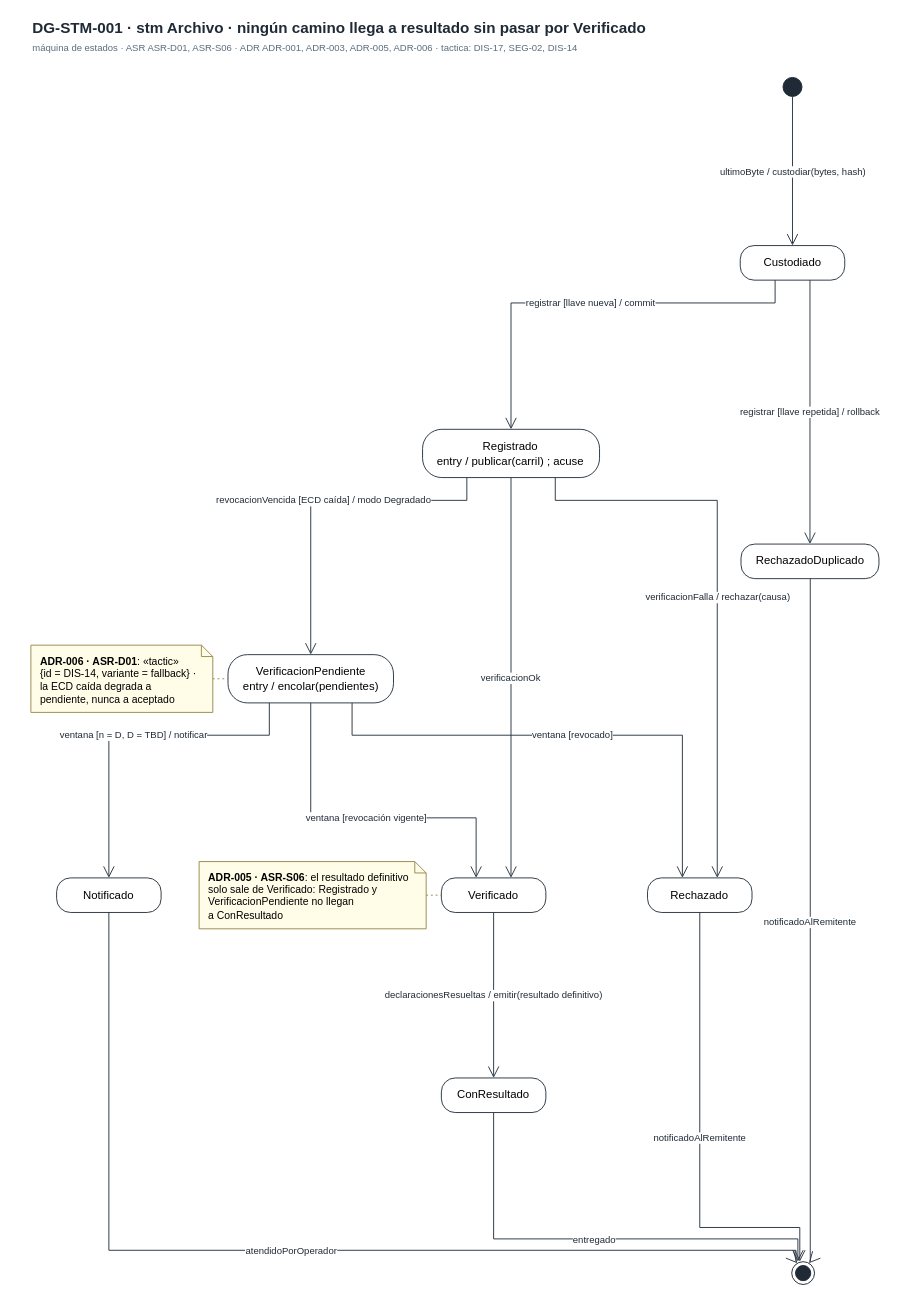
Before: page "DG-STM-001 · Ciclo de vida del archivo" (2 of 4) of docs/modelos/drawio/vista-informacion.drawio in MATI-MBIT/arqsoft-reto-4, a draw.io diagram. Source tidied: cells renumbered, new cells numbered last; positions are measured from the earlier drawing's top-left corner, leaving out a move shared by most shapes. Both pictures are drawn from the tidied source at 95%, with x=0, y=0 at pixel (30, 16).
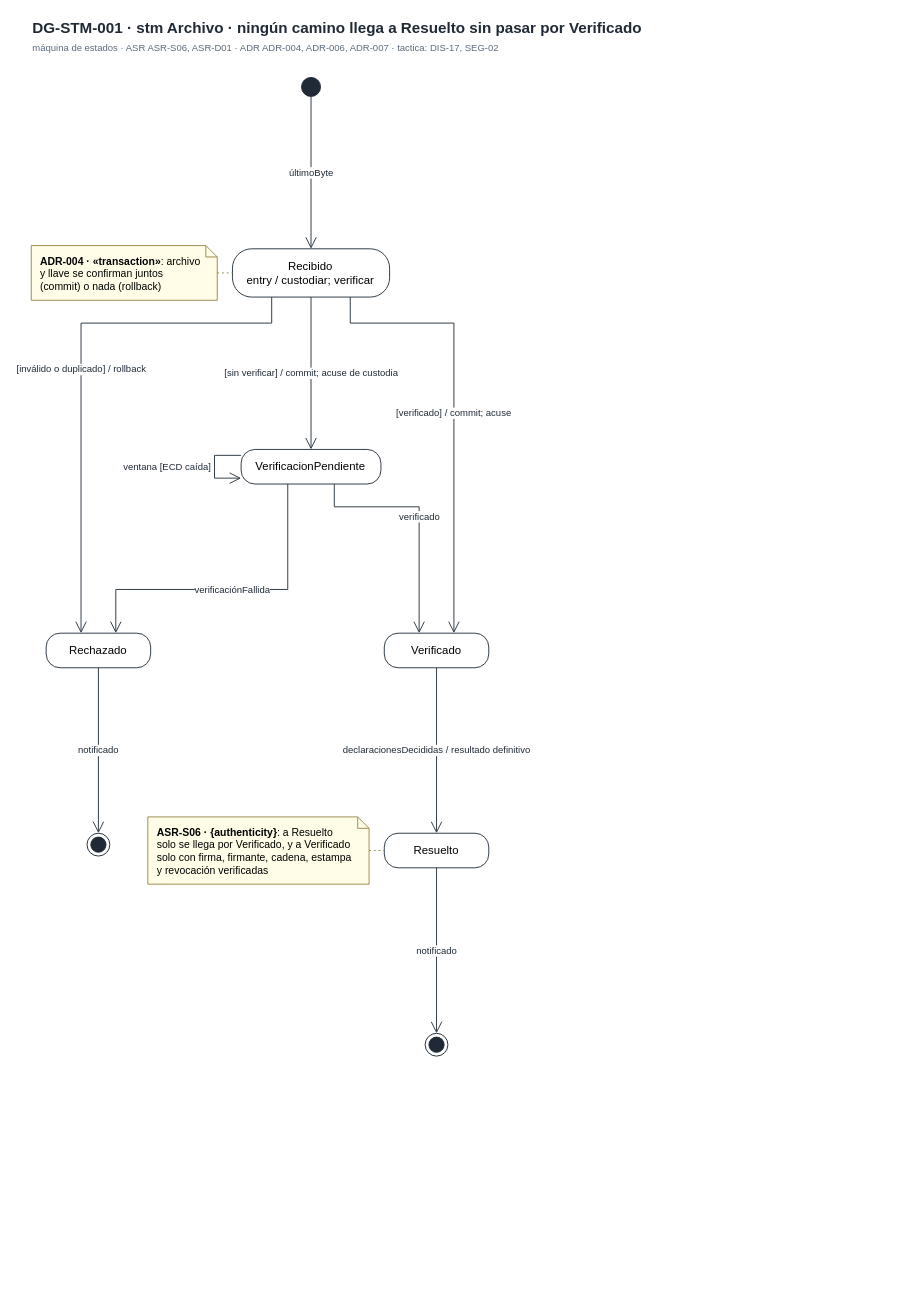
The same diagram, later.

What changed in the source:
```diff
@@
-    <mxCell id="2" value="&lt;b&gt;DG-STM-001&lt;/b&gt; · stm Archivo · ningún camino llega a resultado sin pasar por Verificado" style="text;html=1;align=left;verticalAlign=middle;fontSize=16;fontStyle=1;fontColor=#1F2A36;" parent="1" vertex="1">
-      <mxGeometry width="892.7" height="24" as="geometry" />
+    <mxCell id="2" value="&lt;b&gt;DG-STM-001&lt;/b&gt; · stm Archivo · ningún camino llega a Resuelto sin pasar por Verificado" style="text;html=1;align=left;verticalAlign=middle;fontSize=16;fontStyle=1;fontColor=#1F2A36;" parent="1" vertex="1">
+      <mxGeometry width="675.7" height="24" as="geometry" />
     </mxCell>
-    <mxCell id="3" value="máquina de estados · ASR ASR-D01, ASR-S06 · ADR ADR-001, ADR-003, ADR-005, ADR-006 · tactica: DIS-17, SEG-02, DIS-14" style="text;html=1;align=left;verticalAlign=middle;fontSize=10;fontColor=#5A6B7D;" parent="1" vertex="1">
-      <mxGeometry y="26" width="892.7" height="14" as="geometry" />
+    <mxCell id="3" value="máquina de estados · ASR ASR-S06, ASR-D01 · ADR ADR-004, ADR-006, ADR-007 · tactica: DIS-17, SEG-02" style="text;html=1;align=left;verticalAlign=middle;fontSize=10;fontColor=#5A6B7D;" parent="1" vertex="1">
+      <mxGeometry y="26" width="675.7" height="14" as="geometry" />
     </mxCell>
-    <mxCell id="4" style="ellipse;html=1;fillColor=#1F2A36;strokeColor=#1F2A36;fila=C9;" parent="1" vertex="1">
-      <mxGeometry x="791.7" y="64" width="20" height="20" as="geometry" />
-    </mxCell>
-    <mxCell id="5" value="Custodiado" style="rounded=1;arcSize=40;whiteSpace=wrap;html=1;fontSize=12;fillColor=#FFFFFF;strokeColor=#2B3642;fila=C4;" parent="1" vertex="1">
-      <mxGeometry x="746.7" y="241" width="110" height="36.4" as="geometry" />
-    </mxCell>
-    <mxCell id="6" value="Registrado&lt;br&gt;entry / publicar(carril) ; acuse" style="rounded=1;arcSize=40;whiteSpace=wrap;html=1;fontSize=12;fillColor=#FFFFFF;strokeColor=#2B3642;fila=C4;" parent="1" vertex="1">
-      <mxGeometry x="412.3" y="434.4" width="186.3" height="50.8" as="geometry" />
-    </mxCell>
+    <mxCell id="32" style="ellipse;html=1;fillColor=#1F2A36;strokeColor=#1F2A36;fila=C9;" parent="1" vertex="1">
+      <mxGeometry x="284.9" y="64" width="20" height="20" as="geometry" />
+    </mxCell>
+    <mxCell id="33" value="Recibido&lt;br&gt;entry / custodiar; verificar" style="rounded=1;arcSize=40;whiteSpace=wrap;html=1;fontSize=12;fillColor=#FFFFFF;strokeColor=#2B3642;fila=C4;" parent="1" vertex="1">
+      <mxGeometry x="212.2" y="244.4" width="165.4" height="50.8" as="geometry" />
+    </mxCell>
+    <mxCell id="34" value="VerificacionPendiente" style="rounded=1;arcSize=40;whiteSpace=wrap;html=1;fontSize=12;fillColor=#FFFFFF;strokeColor=#2B3642;fila=C4;" parent="1" vertex="1">
+      <mxGeometry x="221.3" y="455.6" width="147.2" height="36.4" as="geometry" />
+    </mxCell>
     <mxCell id="7" value="Verificado" style="rounded=1;arcSize=40;whiteSpace=wrap;html=1;fontSize=12;fillColor=#FFFFFF;strokeColor=#2B3642;fila=C4;" parent="1" vertex="1">
-      <mxGeometry x="432.1" y="906.6" width="110" height="36.4" as="geometry" />
+      <mxGeometry x="372" y="649" width="110" height="36.4" as="geometry" />
     </mxCell>
-    <mxCell id="8" value="VerificacionPendiente&lt;br&gt;entry / encolar(pendientes)" style="rounded=1;arcSize=40;whiteSpace=wrap;html=1;fontSize=12;fillColor=#FFFFFF;strokeColor=#2B3642;fila=C4;" parent="1" vertex="1">
-      <mxGeometry x="207.5" y="671.6" width="174.2" height="50.8" as="geometry" />
-    </mxCell>
-    <mxCell id="9" value="ConResultado" style="rounded=1;arcSize=40;whiteSpace=wrap;html=1;fontSize=12;fillColor=#FFFFFF;strokeColor=#2B3642;fila=C4;" parent="1" vertex="1">
-      <mxGeometry x="432.1" y="1117.2" width="110" height="36.4" as="geometry" />
-    </mxCell>
+    <mxCell id="35" value="Resuelto" style="rounded=1;arcSize=40;whiteSpace=wrap;html=1;fontSize=12;fillColor=#FFFFFF;strokeColor=#2B3642;fila=C4;" parent="1" vertex="1">
+      <mxGeometry x="372" y="859.6" width="110" height="36.4" as="geometry" />
+    </mxCell>
     <mxCell id="10" value="Rechazado" style="rounded=1;arcSize=40;whiteSpace=wrap;html=1;fontSize=12;fillColor=#FFFFFF;strokeColor=#2B3642;fila=C4;" parent="1" vertex="1">
-      <mxGeometry x="649.1" y="906.6" width="110" height="36.4" as="geometry" />
+      <mxGeometry x="16.1" y="649" width="110" height="36.4" as="geometry" />
     </mxCell>
-    <mxCell id="11" value="RechazadoDuplicado" style="rounded=1;arcSize=40;whiteSpace=wrap;html=1;fontSize=12;fillColor=#FFFFFF;strokeColor=#2B3642;fila=C4;" parent="1" vertex="1">
-      <mxGeometry x="747.5" y="555.2" width="145.2" height="36.4" as="geometry" />
-    </mxCell>
-    <mxCell id="12" value="Notificado" style="rounded=1;arcSize=40;whiteSpace=wrap;html=1;fontSize=12;fillColor=#FFFFFF;strokeColor=#2B3642;fila=C4;" parent="1" vertex="1">
-      <mxGeometry x="27.1" y="906.6" width="110" height="36.4" as="geometry" />
-    </mxCell>
     <mxCell id="13" style="ellipse;html=1;shape=endState;fillColor=#1F2A36;strokeColor=#1F2A36;fila=C9;" parent="1" vertex="1">
-      <mxGeometry x="800.9" y="1310.6" width="24" height="24" as="geometry" />
+      <mxGeometry x="415" y="1070.2" width="24" height="24" as="geometry" />
     </mxCell>
-    <mxCell id="14" value="&lt;b&gt;ADR-005 · ASR-S06&lt;/b&gt;: el resultado definitivo&lt;br&gt;solo sale de Verificado: Registrado y&lt;br&gt;VerificacionPendiente no llegan&lt;br&gt;a ConResultado" style="shape=note;html=1;size=12;fontSize=11;align=left;verticalAlign=top;spacingLeft=8;spacingRight=14;spacingTop=4;fillColor=#FFFDE7;strokeColor=#9A8B4F;fila=C11;" parent="1" vertex="1">
-      <mxGeometry x="177.1" y="889.4" width="239" height="70.8" as="geometry" />
-    </mxCell>
-    <mxCell id="15" value="&lt;b&gt;ADR-006 · ASR-D01&lt;/b&gt;: «tactic»&lt;br&gt;{id = DIS-14, variante = fallback} ·&lt;br&gt;la ECD caída degrada a&lt;br&gt;pendiente, nunca a aceptado" style="shape=note;html=1;size=12;fontSize=11;align=left;verticalAlign=top;spacingLeft=8;spacingRight=14;spacingTop=4;fillColor=#FFFDE7;strokeColor=#9A8B4F;fila=C11;" parent="1" vertex="1">
-      <mxGeometry y="661.6" width="191.5" height="70.8" as="geometry" />
-    </mxCell>
+    <mxCell id="36" style="ellipse;html=1;shape=endState;fillColor=#1F2A36;strokeColor=#1F2A36;fila=C9;" parent="1" vertex="1">
+      <mxGeometry x="59.1" y="859.6" width="24" height="24" as="geometry" />
+    </mxCell>
+    <mxCell id="37" value="&lt;b&gt;ADR-004 · «transaction»&lt;/b&gt;: archivo&lt;br&gt;y llave se confirman juntos&lt;br&gt;(commit) o nada (rollback)" style="shape=note;html=1;size=12;fontSize=11;align=left;verticalAlign=top;spacingLeft=8;spacingRight=14;spacingTop=4;fillColor=#FFFDE7;strokeColor=#9A8B4F;fila=C11;" parent="1" vertex="1">
+      <mxGeometry x="0.4" y="241" width="195.8" height="57.6" as="geometry" />
+    </mxCell>
+    <mxCell id="38" value="&lt;b&gt;ASR-S06 · {authenticity}&lt;/b&gt;: a Resuelto&lt;br&gt;solo se llega por Verificado, y a Verificado&lt;br&gt;solo con firma, firmante, cadena, estampa&lt;br&gt;y revocación verificadas" style="shape=note;html=1;size=12;fontSize=11;align=left;verticalAlign=top;spacingLeft=8;spacingRight=14;spacingTop=4;fillColor=#FFFDE7;strokeColor=#9A8B4F;fila=C11;" parent="1" vertex="1">
+      <mxGeometry x="123.1" y="842.4" width="232.9" height="70.8" as="geometry" />
+    </mxCell>
-    <mxCell id="16" value="ultimoByte / custodiar(bytes, hash)" style="endArrow=open;endSize=10;html=1;rounded=0;fontSize=10;labelBackgroundColor=#FFFFFF;strokeColor=#2B3642;fontColor=#1F2A36;" parent="1" edge="1" source="4" target="5">
+    <mxCell id="16" value="últimoByte" style="endArrow=open;endSize=10;html=1;rounded=0;fontSize=10;labelBackgroundColor=#FFFFFF;strokeColor=#2B3642;fontColor=#1F2A36;" parent="1" edge="1" source="32" target="33">
       <mxGeometry relative="1" as="geometry">
         <Array as="points">
-          <mxPoint x="801.7" y="84" />
-          <mxPoint x="801.7" y="241" />
+          <mxPoint x="294.9" y="84" />
+          <mxPoint x="294.9" y="244.4" />
         </Array>
       </mxGeometry>
     </mxCell>
-    <mxCell id="17" value="registrar [llave nueva] / commit" style="endArrow=open;endSize=10;html=1;rounded=0;fontSize=10;labelBackgroundColor=#FFFFFF;strokeColor=#2B3642;fontColor=#1F2A36;" parent="1" edge="1" source="5" target="6">
+    <mxCell id="17" value="[inválido o duplicado] / rollback" style="endArrow=open;endSize=10;html=1;rounded=0;fontSize=10;labelBackgroundColor=#FFFFFF;strokeColor=#2B3642;fontColor=#1F2A36;" parent="1" edge="1" source="33" target="10">
       <mxGeometry relative="1" as="geometry">
         <Array as="points">
-          <mxPoint x="783.4" y="277.4" />
-          <mxPoint x="783.4" y="301.4" />
-          <mxPoint x="505.4" y="301.4" />
-          <mxPoint x="505.4" y="434.4" />
+          <mxPoint x="253.5" y="295.2" />
+          <mxPoint x="253.5" y="322.6" />
+          <mxPoint x="52.8" y="322.6" />
+          <mxPoint x="52.8" y="649" />
         </Array>
       </mxGeometry>
     </mxCell>
-    <mxCell id="18" value="registrar [llave repetida] / rollback" style="endArrow=open;endSize=10;html=1;rounded=0;fontSize=10;labelBackgroundColor=#FFFFFF;strokeColor=#2B3642;fontColor=#1F2A36;" parent="1" edge="1" source="5" target="11">
+    <mxCell id="18" value="[verificado] / commit; acuse" style="endArrow=open;endSize=10;html=1;rounded=0;fontSize=10;labelBackgroundColor=#FFFFFF;strokeColor=#2B3642;fontColor=#1F2A36;" parent="1" edge="1" source="33" target="7">
       <mxGeometry relative="1" as="geometry">
         <Array as="points">
-          <mxPoint x="820.1" y="277.4" />
-          <mxPoint x="820.1" y="555.2" />
+          <mxPoint x="336.2" y="295.2" />
+          <mxPoint x="336.2" y="322.6" />
+          <mxPoint x="445.3" y="322.6" />
+          <mxPoint x="445.3" y="649" />
         </Array>
       </mxGeometry>
     </mxCell>
-    <mxCell id="19" value="verificacionOk" style="endArrow=open;endSize=10;html=1;rounded=0;fontSize=10;labelBackgroundColor=#FFFFFF;strokeColor=#2B3642;fontColor=#1F2A36;" parent="1" edge="1" source="6" target="7">
+    <mxCell id="19" value="[sin verificar] / commit; acuse de custodia" style="endArrow=open;endSize=10;html=1;rounded=0;fontSize=10;labelBackgroundColor=#FFFFFF;strokeColor=#2B3642;fontColor=#1F2A36;" parent="1" edge="1" source="33" target="34">
       <mxGeometry relative="1" as="geometry">
         <Array as="points">
-          <mxPoint x="505.4" y="485.2" />
-          <mxPoint x="505.4" y="906.6" />
+          <mxPoint x="294.9" y="295.2" />
+          <mxPoint x="294.9" y="455.6" />
         </Array>
       </mxGeometry>
     </mxCell>
-    <mxCell id="20" value="verificacionFalla / rechazar(causa)" style="endArrow=open;endSize=10;html=1;rounded=0;fontSize=10;labelBackgroundColor=#FFFFFF;strokeColor=#2B3642;fontColor=#1F2A36;" parent="1" edge="1" source="6" target="10">
+    <mxCell id="20" value="verificado" style="endArrow=open;endSize=10;html=1;rounded=0;fontSize=10;labelBackgroundColor=#FFFFFF;strokeColor=#2B3642;fontColor=#1F2A36;" parent="1" edge="1" source="34" target="7">
       <mxGeometry relative="1" as="geometry">
         <Array as="points">
-          <mxPoint x="552" y="485.2" />
-          <mxPoint x="552" y="509.2" />
-          <mxPoint x="722.5" y="509.2" />
-          <mxPoint x="722.5" y="906.6" />
+          <mxPoint x="319.4" y="492" />
+          <mxPoint x="319.4" y="516" />
+          <mxPoint x="408.7" y="516" />
+          <mxPoint x="408.7" y="649" />
         </Array>
       </mxGeometry>
     </mxCell>
-    <mxCell id="21" value="revocacionVencida [ECD caída] / modo Degradado" style="endArrow=open;endSize=10;html=1;rounded=0;fontSize=10;labelBackgroundColor=#FFFFFF;strokeColor=#2B3642;fontColor=#1F2A36;" parent="1" edge="1" source="6" target="8">
+    <mxCell id="21" value="verificaciónFallida" style="endArrow=open;endSize=10;html=1;rounded=0;fontSize=10;labelBackgroundColor=#FFFFFF;strokeColor=#2B3642;fontColor=#1F2A36;" parent="1" edge="1" source="34" target="10">
       <mxGeometry relative="1" as="geometry">
         <Array as="points">
-          <mxPoint x="458.9" y="485.2" />
-          <mxPoint x="458.9" y="509.2" />
-          <mxPoint x="294.6" y="509.2" />
-          <mxPoint x="294.6" y="671.6" />
+          <mxPoint x="270.4" y="492" />
+          <mxPoint x="270.4" y="603" />
+          <mxPoint x="89.4" y="603" />
+          <mxPoint x="89.4" y="649" />
         </Array>
       </mxGeometry>
     </mxCell>
-    <mxCell id="22" value="ventana [revocación vigente]" style="endArrow=open;endSize=10;html=1;rounded=0;fontSize=10;labelBackgroundColor=#FFFFFF;strokeColor=#2B3642;fontColor=#1F2A36;" parent="1" edge="1" source="8" target="7">
+    <mxCell id="22" value="ventana [ECD caída]" style="endArrow=open;endSize=10;html=1;rounded=0;fontSize=10;labelBackgroundColor=#FFFFFF;strokeColor=#2B3642;fontColor=#1F2A36;align=right;" parent="1" edge="1" source="34" target="34">
       <mxGeometry relative="1" as="geometry">
         <Array as="points">
-          <mxPoint x="294.6" y="722.4" />
-          <mxPoint x="294.6" y="843.4" />
-          <mxPoint x="468.7" y="843.4" />
-          <mxPoint x="468.7" y="906.6" />
+          <mxPoint x="221.3" y="461.8" />
+          <mxPoint x="193.3" y="461.8" />
+          <mxPoint x="193.3" y="485.8" />
+          <mxPoint x="221.3" y="485.8" />
         </Array>
+        <mxPoint x="-2" as="offset" />
       </mxGeometry>
     </mxCell>
-    <mxCell id="23" value="ventana [revocado]" style="endArrow=open;endSize=10;html=1;rounded=0;fontSize=10;labelBackgroundColor=#FFFFFF;strokeColor=#2B3642;fontColor=#1F2A36;" parent="1" edge="1" source="8" target="10">
+    <mxCell id="23" value="declaracionesDecididas / resultado definitivo" style="endArrow=open;endSize=10;html=1;rounded=0;fontSize=10;labelBackgroundColor=#FFFFFF;strokeColor=#2B3642;fontColor=#1F2A36;" parent="1" edge="1" source="7" target="35">
       <mxGeometry relative="1" as="geometry">
         <Array as="points">
-          <mxPoint x="338.1" y="722.4" />
-          <mxPoint x="338.1" y="756.4" />
-          <mxPoint x="685.8" y="756.4" />
-          <mxPoint x="685.8" y="906.6" />
+          <mxPoint x="427" y="685.4" />
+          <mxPoint x="427" y="859.6" />
         </Array>
       </mxGeometry>
     </mxCell>
-    <mxCell id="24" value="ventana [n = D, D = TBD] / notificar" style="endArrow=open;endSize=10;html=1;rounded=0;fontSize=10;labelBackgroundColor=#FFFFFF;strokeColor=#2B3642;fontColor=#1F2A36;" parent="1" edge="1" source="8" target="12">
+    <mxCell id="24" value="notificado" style="endArrow=open;endSize=10;html=1;rounded=0;fontSize=10;labelBackgroundColor=#FFFFFF;strokeColor=#2B3642;fontColor=#1F2A36;" parent="1" edge="1" source="35" target="13">
       <mxGeometry relative="1" as="geometry">
         <Array as="points">
-          <mxPoint x="251" y="722.4" />
-          <mxPoint x="251" y="756.4" />
-          <mxPoint x="82.1" y="756.4" />
-          <mxPoint x="82.1" y="906.6" />
+          <mxPoint x="427" y="896" />
+          <mxPoint x="427" y="1070.2" />
         </Array>
       </mxGeometry>
     </mxCell>
-    <mxCell id="25" value="declaracionesResueltas / emitir(resultado definitivo)" style="endArrow=open;endSize=10;html=1;rounded=0;fontSize=10;labelBackgroundColor=#FFFFFF;strokeColor=#2B3642;fontColor=#1F2A36;" parent="1" edge="1" source="7" target="9">
+    <mxCell id="25" value="notificado" style="endArrow=open;endSize=10;html=1;rounded=0;fontSize=10;labelBackgroundColor=#FFFFFF;strokeColor=#2B3642;fontColor=#1F2A36;" parent="1" edge="1" source="10" target="36">
       <mxGeometry relative="1" as="geometry">
         <Array as="points">
-          <mxPoint x="487.1" y="943" />
-          <mxPoint x="487.1" y="1117.2" />
+          <mxPoint x="71.1" y="685.4" />
+          <mxPoint x="71.1" y="859.6" />
         </Array>
       </mxGeometry>
     </mxCell>
-    <mxCell id="26" value="entregado" style="endArrow=open;endSize=10;html=1;rounded=0;fontSize=10;labelBackgroundColor=#FFFFFF;strokeColor=#2B3642;fontColor=#1F2A36;" parent="1" edge="1" source="9" target="13">
-      <mxGeometry relative="1" as="geometry">
-        <Array as="points">
-          <mxPoint x="487.1" y="1153.6" />
-          <mxPoint x="487.1" y="1286.6" />
-          <mxPoint x="807.4" y="1286.6" />
-          <mxPoint x="807.4" y="1310.6" />
-        </Array>
-      </mxGeometry>
-    </mxCell>
-    <mxCell id="27" value="notificadoAlRemitente" style="endArrow=open;endSize=10;html=1;rounded=0;fontSize=10;labelBackgroundColor=#FFFFFF;strokeColor=#2B3642;fontColor=#1F2A36;" parent="1" edge="1" source="10" target="13">
-      <mxGeometry relative="1" as="geometry">
-        <Array as="points">
-          <mxPoint x="704.1" y="943" />
-          <mxPoint x="704.1" y="1274.6" />
-          <mxPoint x="809.4" y="1274.6" />
-          <mxPoint x="809.4" y="1310.6" />
-        </Array>
-      </mxGeometry>
-    </mxCell>
-    <mxCell id="28" value="notificadoAlRemitente" style="endArrow=open;endSize=10;html=1;rounded=0;fontSize=10;labelBackgroundColor=#FFFFFF;strokeColor=#2B3642;fontColor=#1F2A36;" parent="1" edge="1" source="11" target="13">
-      <mxGeometry relative="1" as="geometry">
-        <Array as="points">
-          <mxPoint x="820.4" y="591.6" />
-          <mxPoint x="820.4" y="1310.6" />
-        </Array>
-      </mxGeometry>
-    </mxCell>
-    <mxCell id="29" value="atendidoPorOperador" style="endArrow=open;endSize=10;html=1;rounded=0;fontSize=10;labelBackgroundColor=#FFFFFF;strokeColor=#2B3642;fontColor=#1F2A36;" parent="1" edge="1" source="12" target="13">
-      <mxGeometry relative="1" as="geometry">
-        <Array as="points">
-          <mxPoint x="82.1" y="943" />
-          <mxPoint x="82.1" y="1298.6" />
-          <mxPoint x="805.4" y="1298.6" />
-          <mxPoint x="805.4" y="1310.6" />
-        </Array>
-      </mxGeometry>
-    </mxCell>
-    <mxCell id="30" style="endArrow=none;dashed=1;html=1;strokeColor=#9A8B4F;dashPattern=2 3;" parent="1" edge="1" source="14" target="7">
-      <mxGeometry relative="1" as="geometry">
-        <Array as="points">
-          <mxPoint x="416.1" y="924.8" />
-          <mxPoint x="432.1" y="924.8" />
-        </Array>
-      </mxGeometry>
-    </mxCell>
-    <mxCell id="31" style="endArrow=none;dashed=1;html=1;strokeColor=#9A8B4F;dashPattern=2 3;" parent="1" edge="1" source="15" target="8">
-      <mxGeometry relative="1" as="geometry">
-        <Array as="points">
-          <mxPoint x="191.5" y="697" />
-          <mxPoint x="207.5" y="697" />
-        </Array>
-      </mxGeometry>
-    </mxCell>
+    <mxCell id="39" style="endArrow=none;dashed=1;html=1;strokeColor=#9A8B4F;dashPattern=2 3;" parent="1" edge="1" source="37" target="33">
+      <mxGeometry relative="1" as="geometry">
+        <Array as="points">
+          <mxPoint x="196.2" y="269.8" />
+          <mxPoint x="212.2" y="269.8" />
+        </Array>
+      </mxGeometry>
+    </mxCell>
+    <mxCell id="40" style="endArrow=none;dashed=1;html=1;strokeColor=#9A8B4F;dashPattern=2 3;" parent="1" edge="1" source="38" target="35">
+      <mxGeometry relative="1" as="geometry">
+        <Array as="points">
+          <mxPoint x="356" y="877.8" />
+          <mxPoint x="372" y="877.8" />
+        </Array>
+      </mxGeometry>
+    </mxCell>
```
